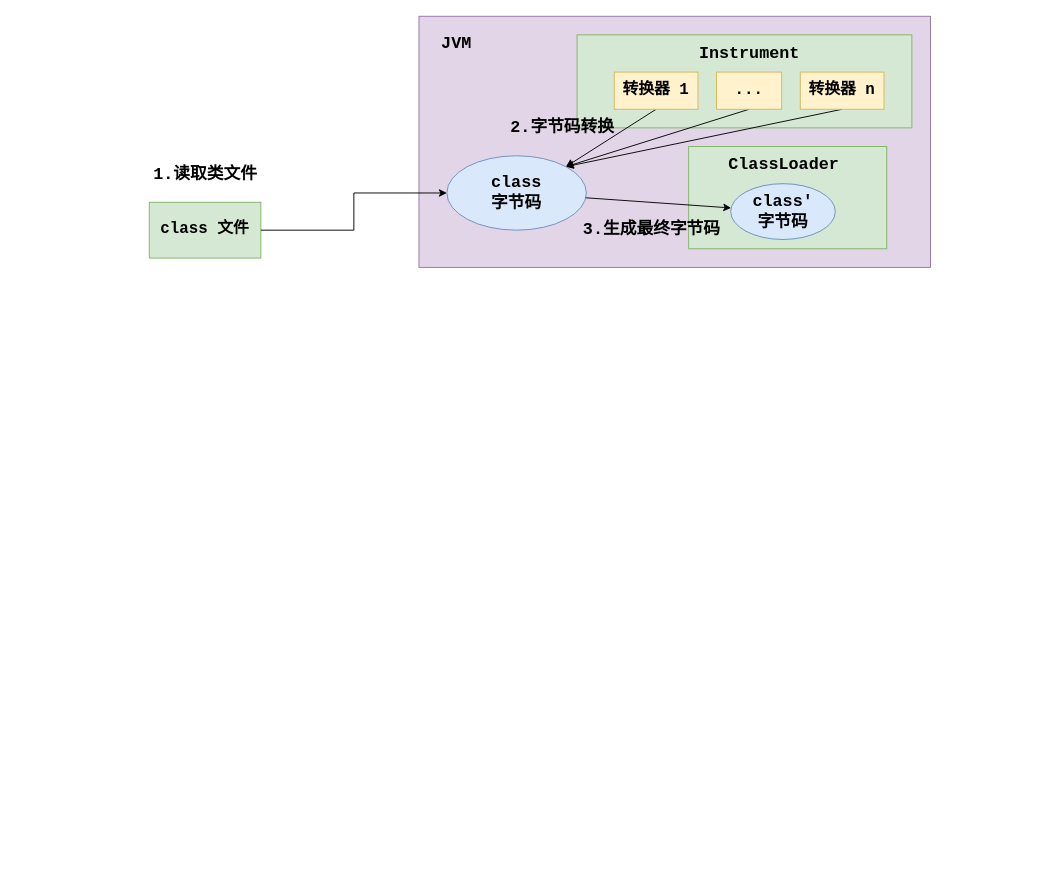
Above: spring.drawio in Ocsio/draw-io (draw.io), before the change. Source tidied: cells renumbered, new cells numbered last; positions are measured from the earlier drawing's top-left corner, leaving out a move shared by most shapes. Both pictures are drawn from the tidied source at 93%, with x=0, y=0 at pixel (140, 16).
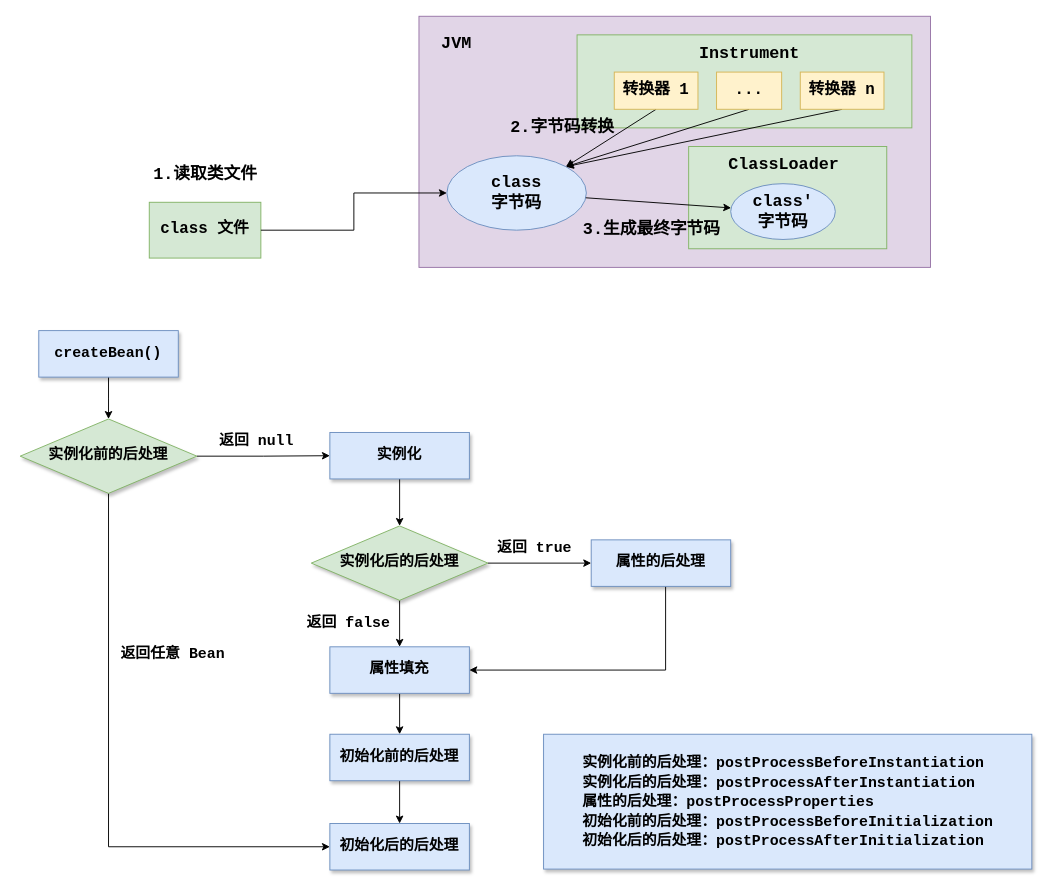
The same page after the edit.

The edit, as a diff of the source:
```diff
@@
+    <mxCell id="22" style="edgeStyle=orthogonalEdgeStyle;rounded=0;jettySize=auto;html=1;" parent="1" edge="1" source="23" target="33">
+      <mxGeometry relative="1" as="geometry" />
+    </mxCell>
+    <mxCell id="23" value="&lt;b&gt;&lt;font style=&quot;font-size: 16px;&quot; face=&quot;Courier New&quot;&gt;createBean()&lt;/font&gt;&lt;/b&gt;" style="rounded=0;whiteSpace=wrap;html=1;fillColor=#dae8fc;strokeColor=#6c8ebf;shadow=1;" parent="1" vertex="1">
+      <mxGeometry x="-108.8" y="338" width="150" height="50" as="geometry" />
+    </mxCell>
+    <mxCell id="24" style="edgeStyle=orthogonalEdgeStyle;rounded=0;jettySize=auto;html=1;" parent="1" edge="1" source="25" target="40">
+      <mxGeometry relative="1" as="geometry" />
+    </mxCell>
+    <mxCell id="25" value="&lt;font face=&quot;Courier New&quot;&gt;&lt;span style=&quot;font-size: 16px;&quot;&gt;&lt;b&gt;实例化&lt;/b&gt;&lt;/span&gt;&lt;/font&gt;" style="rounded=0;whiteSpace=wrap;html=1;fillColor=#dae8fc;strokeColor=#6c8ebf;shadow=1;" parent="1" vertex="1">
+      <mxGeometry x="204.2" y="447.5" width="150" height="50" as="geometry" />
+    </mxCell>
+    <mxCell id="26" style="edgeStyle=orthogonalEdgeStyle;rounded=0;jettySize=auto;html=1;" parent="1" edge="1" source="27" target="29">
+      <mxGeometry relative="1" as="geometry" />
+    </mxCell>
+    <mxCell id="27" value="&lt;font face=&quot;Courier New&quot;&gt;&lt;span style=&quot;font-size: 16px;&quot;&gt;&lt;b&gt;属性填充&lt;/b&gt;&lt;/span&gt;&lt;/font&gt;" style="rounded=0;whiteSpace=wrap;html=1;fillColor=#dae8fc;strokeColor=#6c8ebf;shadow=1;" parent="1" vertex="1">
+      <mxGeometry x="204.2" y="678" width="150" height="50" as="geometry" />
+    </mxCell>
+    <mxCell id="28" style="edgeStyle=orthogonalEdgeStyle;rounded=0;jettySize=auto;html=1;" parent="1" edge="1" source="29" target="30">
+      <mxGeometry relative="1" as="geometry" />
+    </mxCell>
+    <mxCell id="29" value="&lt;font face=&quot;Courier New&quot;&gt;&lt;span style=&quot;font-size: 16px;&quot;&gt;&lt;b&gt;初始化前的后处理&lt;/b&gt;&lt;/span&gt;&lt;/font&gt;" style="rounded=0;whiteSpace=wrap;html=1;fillColor=#dae8fc;strokeColor=#6c8ebf;shadow=1;" parent="1" vertex="1">
+      <mxGeometry x="204.2" y="772" width="150" height="50" as="geometry" />
+    </mxCell>
+    <mxCell id="30" value="&lt;font face=&quot;Courier New&quot;&gt;&lt;span style=&quot;font-size: 16px;&quot;&gt;&lt;b&gt;初始化后的后处理&lt;/b&gt;&lt;/span&gt;&lt;/font&gt;" style="rounded=0;whiteSpace=wrap;html=1;fillColor=#dae8fc;strokeColor=#6c8ebf;shadow=1;" parent="1" vertex="1">
+      <mxGeometry x="204.2" y="868" width="150" height="50" as="geometry" />
+    </mxCell>
+    <mxCell id="31" style="edgeStyle=orthogonalEdgeStyle;rounded=0;jettySize=auto;html=1;exitX=1;exitY=0.5;exitDx=0;exitDy=0;entryX=0;entryY=0.5;entryDx=0;entryDy=0;" parent="1" edge="1" source="33" target="25">
+      <mxGeometry relative="1" as="geometry" />
+    </mxCell>
+    <mxCell id="32" style="edgeStyle=orthogonalEdgeStyle;rounded=0;jettySize=auto;html=1;entryX=0;entryY=0.5;entryDx=0;entryDy=0;" parent="1" edge="1" source="33" target="30">
+      <mxGeometry relative="1" as="geometry">
+        <Array as="points">
+          <mxPoint x="-33.8" y="893" />
+        </Array>
+      </mxGeometry>
+    </mxCell>
+    <mxCell id="33" value="&lt;b&gt;&lt;font style=&quot;font-size: 16px;&quot; face=&quot;Courier New&quot;&gt;实例化前的后处理&lt;/font&gt;&lt;/b&gt;" style="rhombus;whiteSpace=wrap;html=1;fillColor=#d5e8d4;strokeColor=#82b366;shadow=1;" parent="1" vertex="1">
+      <mxGeometry x="-128.8" y="433" width="190" height="80" as="geometry" />
+    </mxCell>
+    <mxCell id="34" value="&lt;b style=&quot;border-color: var(--border-color);&quot;&gt;&lt;font style=&quot;border-color: var(--border-color); font-size: 16px;&quot; face=&quot;Courier New&quot;&gt;返回任意 Bean&lt;/font&gt;&lt;/b&gt;" style="text;html=1;align=center;verticalAlign=middle;strokeColor=none;fillColor=none;" parent="1" vertex="1">
+      <mxGeometry x="-34.8" y="671.5" width="140" height="30" as="geometry" />
+    </mxCell>
+    <mxCell id="35" value="&lt;b style=&quot;border-color: var(--border-color);&quot;&gt;&lt;font style=&quot;border-color: var(--border-color); font-size: 16px;&quot; face=&quot;Courier New&quot;&gt;返回 null&lt;/font&gt;&lt;/b&gt;" style="text;html=1;align=center;verticalAlign=middle;strokeColor=none;fillColor=none;" parent="1" vertex="1">
+      <mxGeometry x="75.2" y="443" width="100" height="30" as="geometry" />
+    </mxCell>
+    <mxCell id="36" style="edgeStyle=orthogonalEdgeStyle;rounded=0;jettySize=auto;html=1;entryX=1;entryY=0.5;entryDx=0;entryDy=0;" parent="1" edge="1" source="37" target="27">
+      <mxGeometry relative="1" as="geometry">
+        <Array as="points">
+          <mxPoint x="565.2" y="703" />
+        </Array>
+      </mxGeometry>
+    </mxCell>
+    <mxCell id="37" value="&lt;font face=&quot;Courier New&quot;&gt;&lt;span style=&quot;font-size: 16px;&quot;&gt;&lt;b&gt;属性的后处理&lt;/b&gt;&lt;/span&gt;&lt;/font&gt;" style="rounded=0;whiteSpace=wrap;html=1;fillColor=#dae8fc;strokeColor=#6c8ebf;shadow=1;" parent="1" vertex="1">
+      <mxGeometry x="485.2" y="563" width="150" height="50" as="geometry" />
+    </mxCell>
+    <mxCell id="38" style="edgeStyle=orthogonalEdgeStyle;rounded=0;jettySize=auto;html=1;" parent="1" edge="1" source="40" target="37">
+      <mxGeometry relative="1" as="geometry" />
+    </mxCell>
+    <mxCell id="39" style="edgeStyle=orthogonalEdgeStyle;rounded=0;jettySize=auto;html=1;" parent="1" edge="1" source="40" target="27">
+      <mxGeometry relative="1" as="geometry" />
+    </mxCell>
+    <mxCell id="40" value="&lt;b&gt;&lt;font style=&quot;font-size: 16px;&quot; face=&quot;Courier New&quot;&gt;实例化后的后处理&lt;/font&gt;&lt;/b&gt;" style="rhombus;whiteSpace=wrap;html=1;fillColor=#d5e8d4;strokeColor=#82b366;shadow=1;" parent="1" vertex="1">
+      <mxGeometry x="184.2" y="548" width="190" height="80" as="geometry" />
+    </mxCell>
+    <mxCell id="41" value="&lt;b style=&quot;border-color: var(--border-color);&quot;&gt;&lt;font style=&quot;border-color: var(--border-color); font-size: 16px;&quot; face=&quot;Courier New&quot;&gt;返回 true&lt;/font&gt;&lt;/b&gt;" style="text;html=1;align=center;verticalAlign=middle;strokeColor=none;fillColor=none;" parent="1" vertex="1">
+      <mxGeometry x="374.2" y="558" width="100" height="30" as="geometry" />
+    </mxCell>
+    <mxCell id="42" value="&lt;b style=&quot;border-color: var(--border-color);&quot;&gt;&lt;font style=&quot;border-color: var(--border-color); font-size: 16px;&quot; face=&quot;Courier New&quot;&gt;返回 false&lt;/font&gt;&lt;/b&gt;" style="text;html=1;align=center;verticalAlign=middle;strokeColor=none;fillColor=none;" parent="1" vertex="1">
+      <mxGeometry x="169.2" y="638" width="110" height="30" as="geometry" />
+    </mxCell>
+    <mxCell id="43" value="&lt;blockquote style=&quot;margin: 0 0 0 40px; border: none; padding: 0px;&quot;&gt;&lt;b style=&quot;font-size: 16px;&quot;&gt;&lt;font style=&quot;font-size: 16px;&quot; face=&quot;Courier New&quot;&gt;实例化前的后处理：postProcessBeforeInstantiation&lt;br&gt;&lt;/font&gt;&lt;/b&gt;&lt;b style=&quot;font-size: 16px;&quot;&gt;&lt;font style=&quot;font-size: 16px;&quot; face=&quot;Courier New&quot;&gt;实例化后的后处理：postProcessAfterInstantiation&lt;br&gt;&lt;/font&gt;&lt;/b&gt;&lt;b style=&quot;font-size: 16px;&quot;&gt;&lt;font style=&quot;font-size: 16px;&quot; face=&quot;Courier New&quot;&gt;属性的后处理：postProcessProperties&lt;br&gt;&lt;/font&gt;&lt;/b&gt;&lt;b style=&quot;font-size: 16px;&quot;&gt;&lt;font style=&quot;font-size: 16px;&quot; face=&quot;Courier New&quot;&gt;初始化前的后处理：postProcessBeforeInitialization&lt;br&gt;&lt;/font&gt;&lt;/b&gt;&lt;b style=&quot;font-size: 16px;&quot;&gt;&lt;font style=&quot;font-size: 16px;&quot; face=&quot;Courier New&quot;&gt;初始化后的后处理：postProcessAfterInitialization&lt;/font&gt;&lt;/b&gt;&lt;/blockquote&gt;" style="rounded=0;whiteSpace=wrap;html=1;align=left;fillColor=#dae8fc;strokeColor=#6c8ebf;shadow=1;" parent="1" vertex="1">
+      <mxGeometry x="434" y="772" width="525" height="145" as="geometry" />
+    </mxCell>
```
